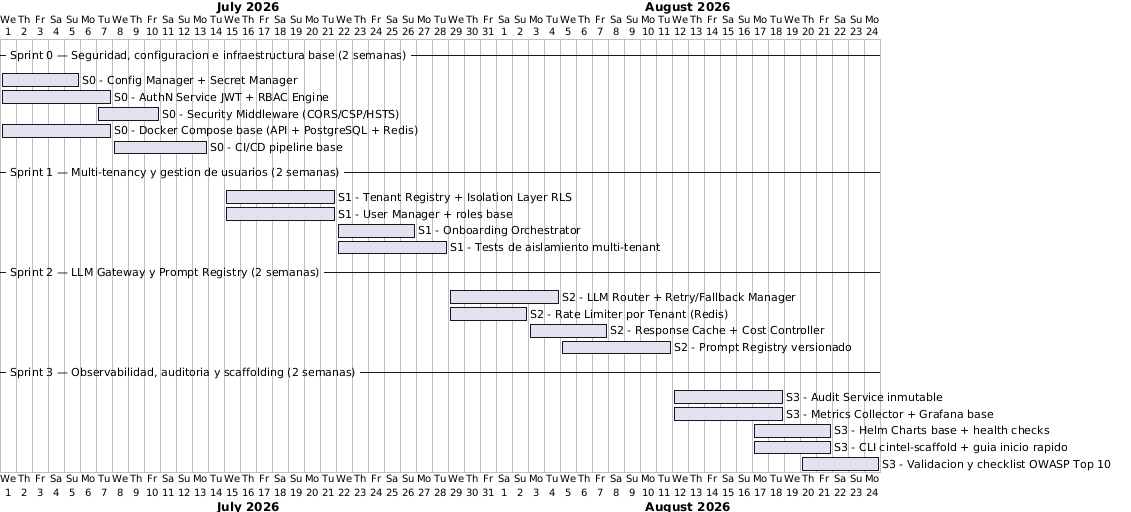
Earlier version of the PlantUML export transversales/assets/img/diagramas/roadmap-fases.png (sedibuc/documentacion_cintel). Its diagram source:
```plantuml
@startgantt
Project starts 2026-07-01

-- Sprint 0 — Seguridad, configuracion e infraestructura base (2 semanas) --
[S0 - Config Manager + Secret Manager] starts 2026-07-01 and lasts 5 days
[S0 - AuthN Service JWT + RBAC Engine] starts 2026-07-01 and lasts 7 days
[S0 - Security Middleware (CORS/CSP/HSTS)] starts 2026-07-07 and lasts 4 days
[S0 - Docker Compose base (API + PostgreSQL + Redis)] starts 2026-07-01 and lasts 7 days
[S0 - CI/CD pipeline base] starts 2026-07-08 and lasts 6 days

-- Sprint 1 — Multi-tenancy y gestion de usuarios (2 semanas) --
[S1 - Tenant Registry + Isolation Layer RLS] starts 2026-07-15 and lasts 7 days
[S1 - User Manager + roles base] starts 2026-07-15 and lasts 7 days
[S1 - Onboarding Orchestrator] starts 2026-07-22 and lasts 5 days
[S1 - Tests de aislamiento multi-tenant] starts 2026-07-22 and lasts 7 days

-- Sprint 2 — LLM Gateway y Prompt Registry (2 semanas) --
[S2 - LLM Router + Retry/Fallback Manager] starts 2026-07-29 and lasts 7 days
[S2 - Rate Limiter por Tenant (Redis)] starts 2026-07-29 and lasts 5 days
[S2 - Response Cache + Cost Controller] starts 2026-08-03 and lasts 5 days
[S2 - Prompt Registry versionado] starts 2026-08-05 and lasts 7 days

-- Sprint 3 — Observabilidad, auditoria y scaffolding (2 semanas) --
[S3 - Audit Service inmutable] starts 2026-08-12 and lasts 7 days
[S3 - Metrics Collector + Grafana base] starts 2026-08-12 and lasts 7 days
[S3 - Helm Charts base + health checks] starts 2026-08-17 and lasts 5 days
[S3 - CLI cintel-scaffold + guia inicio rapido] starts 2026-08-17 and lasts 5 days
[S3 - Validacion y checklist OWASP Top 10] starts 2026-08-20 and lasts 5 days

@endgantt
```
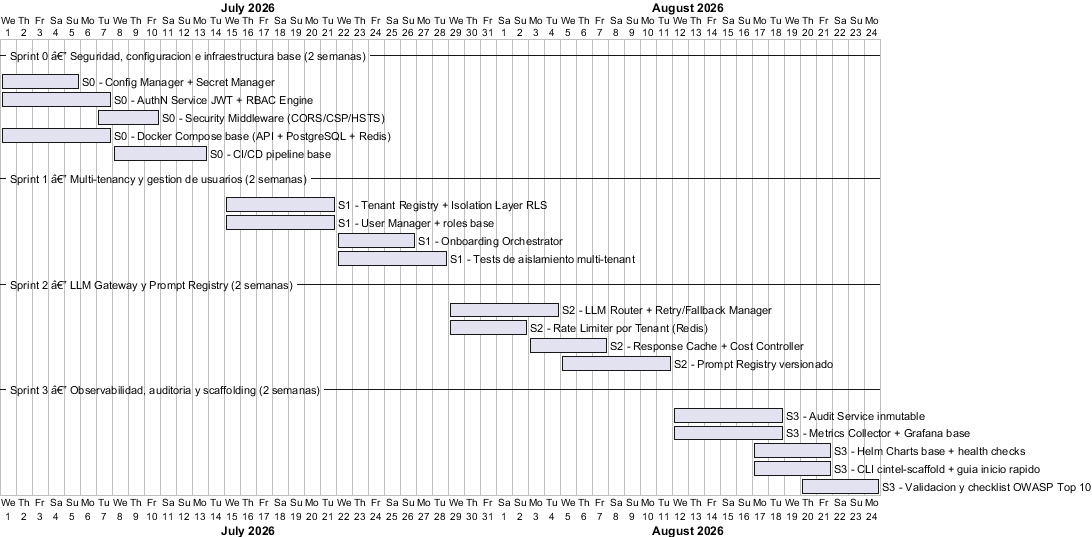
The same diagram one commit later.

The edit, as a diff of the source:
```diff
@@ -1,26 +1,26 @@
 @startgantt
 Project starts 2026-07-01
 
--- Sprint 0 — Seguridad, configuracion e infraestructura base (2 semanas) --
+-- Sprint 0 â€” Seguridad, configuracion e infraestructura base (2 semanas) --
 [S0 - Config Manager + Secret Manager] starts 2026-07-01 and lasts 5 days
 [S0 - AuthN Service JWT + RBAC Engine] starts 2026-07-01 and lasts 7 days
 [S0 - Security Middleware (CORS/CSP/HSTS)] starts 2026-07-07 and lasts 4 days
 [S0 - Docker Compose base (API + PostgreSQL + Redis)] starts 2026-07-01 and lasts 7 days
 [S0 - CI/CD pipeline base] starts 2026-07-08 and lasts 6 days
 
--- Sprint 1 — Multi-tenancy y gestion de usuarios (2 semanas) --
+-- Sprint 1 â€” Multi-tenancy y gestion de usuarios (2 semanas) --
 [S1 - Tenant Registry + Isolation Layer RLS] starts 2026-07-15 and lasts 7 days
 [S1 - User Manager + roles base] starts 2026-07-15 and lasts 7 days
 [S1 - Onboarding Orchestrator] starts 2026-07-22 and lasts 5 days
 [S1 - Tests de aislamiento multi-tenant] starts 2026-07-22 and lasts 7 days
 
--- Sprint 2 — LLM Gateway y Prompt Registry (2 semanas) --
+-- Sprint 2 â€” LLM Gateway y Prompt Registry (2 semanas) --
 [S2 - LLM Router + Retry/Fallback Manager] starts 2026-07-29 and lasts 7 days
 [S2 - Rate Limiter por Tenant (Redis)] starts 2026-07-29 and lasts 5 days
 [S2 - Response Cache + Cost Controller] starts 2026-08-03 and lasts 5 days
 [S2 - Prompt Registry versionado] starts 2026-08-05 and lasts 7 days
 
--- Sprint 3 — Observabilidad, auditoria y scaffolding (2 semanas) --
+-- Sprint 3 â€” Observabilidad, auditoria y scaffolding (2 semanas) --
 [S3 - Audit Service inmutable] starts 2026-08-12 and lasts 7 days
 [S3 - Metrics Collector + Grafana base] starts 2026-08-12 and lasts 7 days
 [S3 - Helm Charts base + health checks] starts 2026-08-17 and lasts 5 days
```
